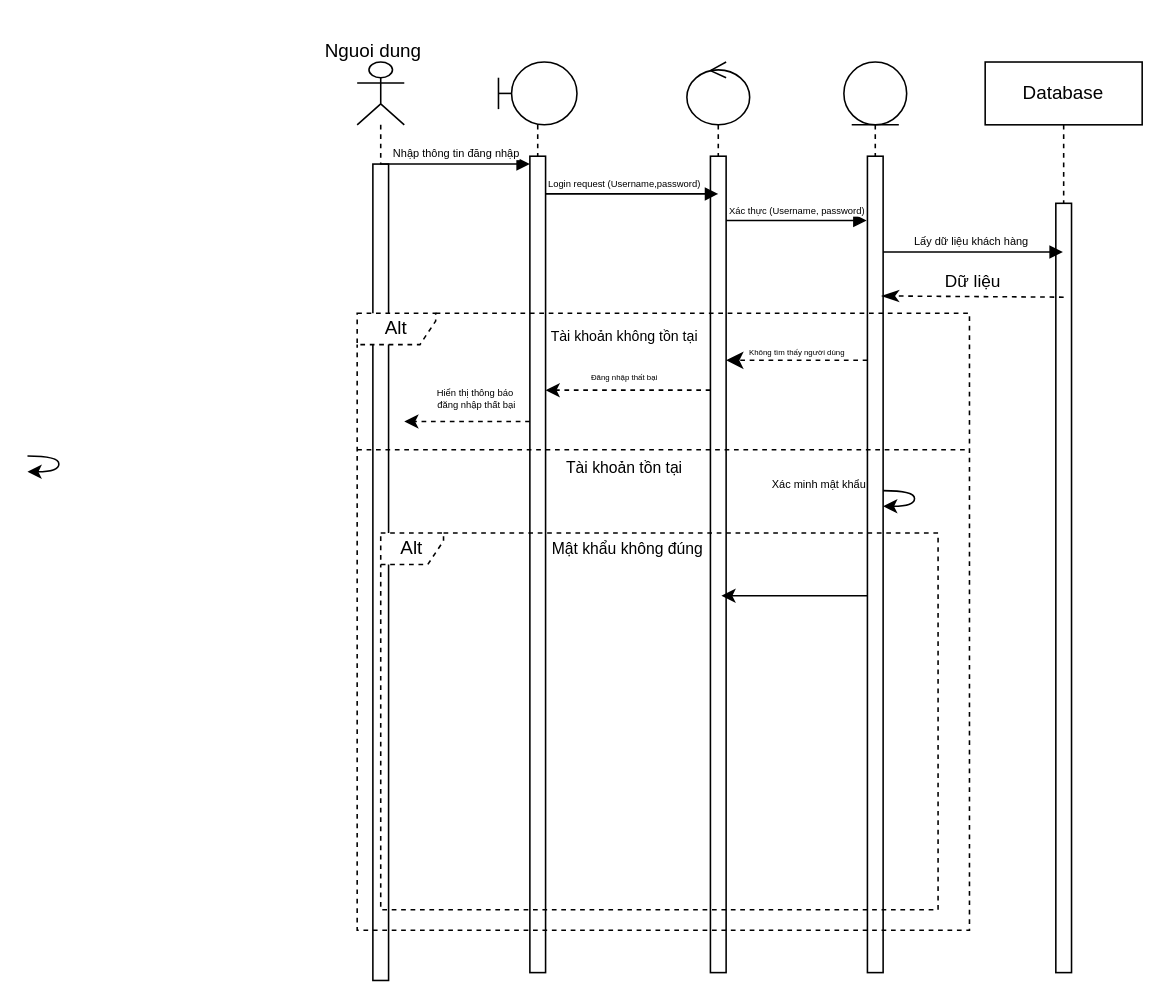
This is page "Trang-5" (6 of 6) of shitttt.drawio from Ly-Tien-Dat/doantt, a draw.io file, before an edit. Source tidied: cells renumbered, new cells numbered last; positions are measured from the earlier drawing's top-left corner, leaving out a move shared by most shapes. Both pictures are drawn from the tidied source at 157%, with x=0, y=0 at pixel (27, 27).
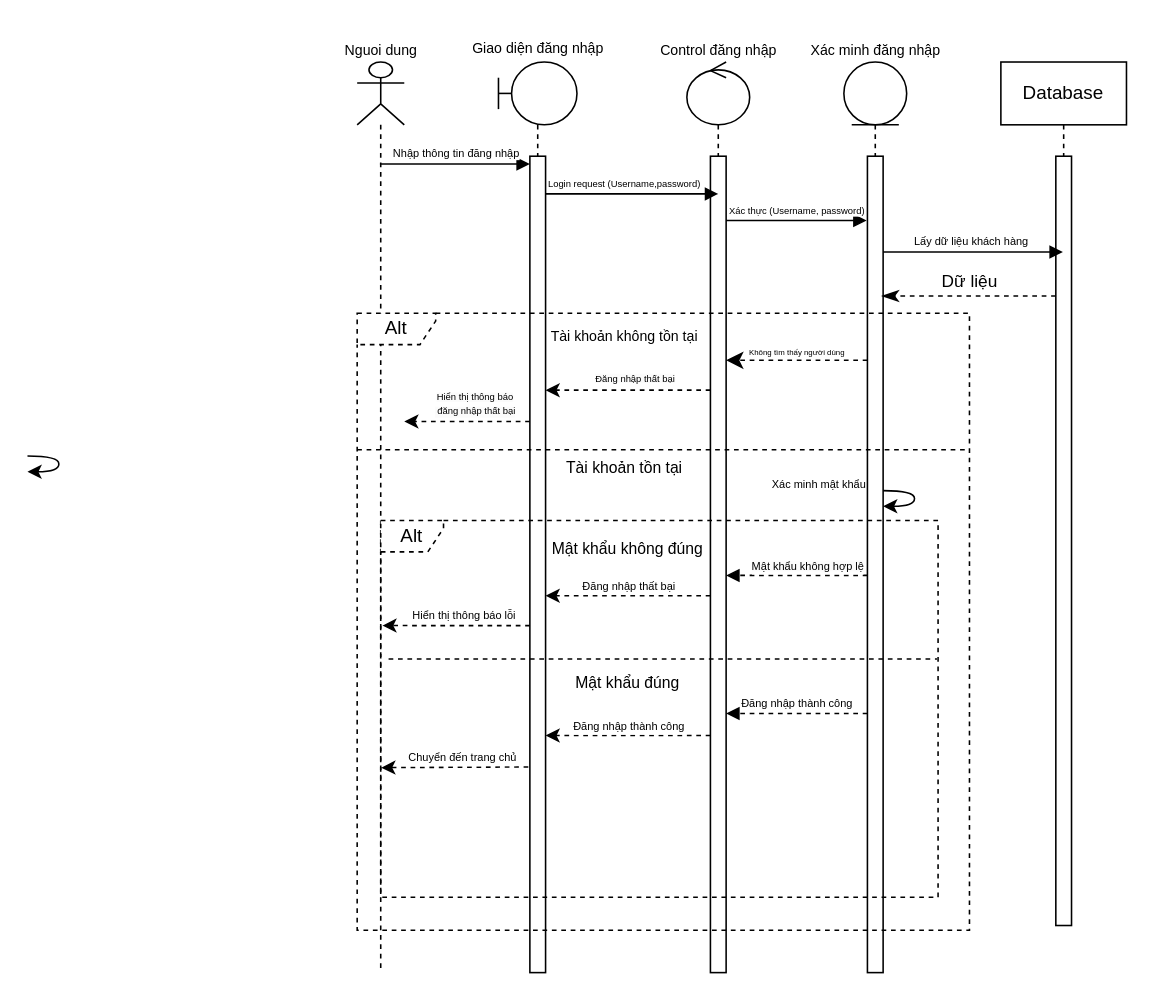
After the change.

Commit message (it also covers changes not shown here):
Cập nhật shitttt.drawio

Unchanged cells that the change refers to:
```xml
<mxCell id="2" style="shape=umlLifeline;perimeter=lifelinePerimeter;whiteSpace=wrap;html=1;outlineConnect=0;portConstraint=eastwest;newEdgeStyle={&quot;curved&quot;:0,&quot;rounded&quot;:0};participant=umlActor;" parent="1" vertex="1">
  <mxGeometry x="210" y="22" width="30" height="580" as="geometry" />
</mxCell>
<mxCell id="22" style="rounded=0;orthogonalLoop=1;jettySize=auto;html=1;dashed=1;" parent="1" edge="1">
  <mxGeometry relative="1" as="geometry">
    <mxPoint x="435" y="231" as="sourcePoint" />
    <mxPoint x="330" y="231" as="targetPoint" />
    <Array as="points">
      <mxPoint x="380" y="231" />
    </Array>
  </mxGeometry>
</mxCell>
<mxCell id="24" style="edgeStyle=orthogonalEdgeStyle;rounded=0;orthogonalLoop=1;jettySize=auto;html=1;curved=0;dashed=1;" parent="1" edge="1">
  <mxGeometry relative="1" as="geometry">
    <mxPoint x="320" y="251" as="sourcePoint" />
    <mxPoint x="240" y="251" as="targetPoint" />
    <Array as="points">
      <mxPoint x="280" y="251" />
      <mxPoint x="280" y="251" />
    </Array>
  </mxGeometry>
</mxCell>
```

The edit, as a diff of the source:
```diff
@@
-    <mxCell id="3" style="html=1;perimeter=orthogonalPerimeter;targetShapes=umlLifeline;newEdgeStyle={&quot;curved&quot;:0,&quot;rounded&quot;:0};" parent="2" vertex="1">
-      <mxGeometry x="10" y="65" width="10" height="520" as="geometry" />
-    </mxCell>
-    <mxCell id="4" style="shape=umlLifeline;perimeter=lifelinePerimeter;whiteSpace=wrap;html=1;newEdgeStyle={&quot;curved&quot;:0,&quot;rounded&quot;:0};participant=umlBoundary;" parent="1" vertex="1">
+    <mxCell id="4" style="shape=umlLifeline;perimeter=lifelinePerimeter;whiteSpace=wrap;html=1;newEdgeStyle={&quot;curved&quot;:0,&quot;rounded&quot;:0};participant=umlBoundary;size=40;" parent="1" vertex="1">
       <mxGeometry x="300" y="22" width="50" height="580" as="geometry" />
     </mxCell>
@@
     <mxCell id="10" value="Database" style="shape=umlLifeline;perimeter=lifelinePerimeter;whiteSpace=wrap;html=1;newEdgeStyle={&quot;curved&quot;:0,&quot;rounded&quot;:0};" parent="1" vertex="1">
-      <mxGeometry x="610" y="22" width="100" height="580" as="geometry" />
+      <mxGeometry x="620" y="22" width="80" height="540" as="geometry" />
     </mxCell>
     <mxCell id="11" style="html=1;points=[[0,0,0,0,5],[0,1,0,0,-5],[1,0,0,0,5],[1,1,0,0,-5]];perimeter=orthogonalPerimeter;outlineConnect=0;targetShapes=umlLifeline;portConstraint=eastwest;newEdgeStyle={&quot;curved&quot;:0,&quot;rounded&quot;:0};" parent="10" vertex="1">
-      <mxGeometry x="45" y="90" width="10" height="490" as="geometry" />
+      <mxGeometry x="35" y="60" width="10" height="490" as="geometry" />
     </mxCell>
-    <mxCell id="12" value="Nguoi dung" style="text;html=1;align=center;verticalAlign=middle;strokeColor=none;fillColor=none;" parent="1" vertex="1">
-      <mxGeometry x="180" width="80" height="30" as="geometry" />
+    <mxCell id="12" value="Nguoi dung" style="text;html=1;align=center;verticalAlign=middle;strokeColor=none;fillColor=none;fontSize=9;" parent="1" vertex="1">
+      <mxGeometry x="190" y="5" width="70" height="20" as="geometry" />
     </mxCell>
@@
-    <mxCell id="17" value="Dữ liệu" style="html=1;verticalAlign=bottom;endArrow=classicThin;dashed=1;endSize=8;curved=0;rounded=0;exitX=0.5;exitY=0.122;exitDx=0;exitDy=0;exitPerimeter=0;endFill=1;" parent="1" edge="1" source="11">
+    <mxCell id="17" value="Dữ liệu" style="html=1;verticalAlign=bottom;endArrow=classicThin;dashed=1;endSize=8;curved=0;rounded=0;endFill=1;" parent="1" edge="1" source="11">
       <mxGeometry relative="1" as="geometry">
         <mxPoint x="544.1" y="171" as="targetPoint" />
       </mxGeometry>
     </mxCell>
@@
-    <mxCell id="23" value="Đăng nhập thất bại" style="text;html=1;align=center;verticalAlign=middle;strokeColor=none;fillColor=none;fontSize=5;" parent="1" vertex="1">
-      <mxGeometry x="345" y="212" width="70" height="20" as="geometry" />
-    </mxCell>
+    <mxCell id="33" value="&lt;span style=&quot;background-color: rgb(251, 251, 251);&quot;&gt;Đăng nhập thất bại&lt;/span&gt;" style="edgeLabel;html=1;align=center;verticalAlign=middle;fontSize=6;" parent="22" vertex="1">
+      <mxGeometry x="-0.06" y="-1" relative="1" as="geometry">
+        <mxPoint y="-7" as="offset" />
+      </mxGeometry>
+    </mxCell>
@@
-    <mxCell id="25" value="Hiển thị thông báo&lt;div&gt;&amp;nbsp;đăng nhập thất bại&lt;/div&gt;" style="text;html=1;align=center;verticalAlign=middle;strokeColor=none;fillColor=none;fontSize=6;" parent="1" vertex="1">
-      <mxGeometry x="250" y="222" width="70" height="30" as="geometry" />
+    <mxCell id="25" value="&lt;span style=&quot;font-size: 6px; background-color: rgb(251, 251, 251);&quot;&gt;Hiển thị thông báo&lt;/span&gt;&lt;div style=&quot;font-size: 6px; background-color: rgb(251, 251, 251);&quot;&gt;&amp;nbsp;đăng nhập thất bại&lt;/div&gt;" style="edgeLabel;html=1;align=center;verticalAlign=middle;" parent="24" vertex="1">
+      <mxGeometry x="-0.11" relative="1" as="geometry">
+        <mxPoint y="-14" as="offset" />
+      </mxGeometry>
     </mxCell>
     <mxCell id="26" value="Alt" style="shape=umlFrame;whiteSpace=wrap;html=1;dashed=1;width=40;height=20;" parent="1" vertex="1">
-      <mxGeometry x="225" y="322" width="355" height="240" as="geometry" />
+      <mxGeometry x="225" y="314" width="355" height="240" as="geometry" />
     </mxCell>
@@
-    <mxCell id="32" style="rounded=0;orthogonalLoop=1;jettySize=auto;html=1;" parent="1" edge="1">
-      <mxGeometry relative="1" as="geometry">
-        <mxPoint x="535" y="362" as="sourcePoint" />
-        <mxPoint x="442" y="362" as="targetPoint" />
-        <Array as="points">
-          <mxPoint x="490" y="362" />
-        </Array>
-      </mxGeometry>
-    </mxCell>
+    <mxCell id="34" style="edgeStyle=orthogonalEdgeStyle;curved=0;rounded=0;orthogonalLoop=1;jettySize=auto;html=1;dashed=1;" parent="1" edge="1">
+      <mxGeometry relative="1" as="geometry">
+        <mxPoint x="435" y="362" as="sourcePoint" />
+        <mxPoint x="330" y="362" as="targetPoint" />
+      </mxGeometry>
+    </mxCell>
+    <mxCell id="35" value="Đăng nhập thất bại" style="edgeLabel;html=1;align=center;verticalAlign=middle;fontSize=7;" parent="34" vertex="1">
+      <mxGeometry x="0.01" relative="1" as="geometry">
+        <mxPoint y="-6" as="offset" />
+      </mxGeometry>
+    </mxCell>
+    <mxCell id="36" style="html=1;verticalAlign=bottom;endArrow=block;curved=0;rounded=0;dashed=1;" parent="1" edge="1">
+      <mxGeometry relative="1" as="geometry">
+        <mxPoint x="535" y="349" as="sourcePoint" />
+        <mxPoint x="445" y="349" as="targetPoint" />
+      </mxGeometry>
+    </mxCell>
+    <mxCell id="37" value="&lt;span style=&quot;background-color: rgb(251, 251, 251);&quot;&gt;Mật khẩu không hợp lệ&lt;/span&gt;" style="edgeLabel;html=1;align=center;verticalAlign=middle;fontSize=7;" parent="36" vertex="1">
+      <mxGeometry x="-0.22" y="2" relative="1" as="geometry">
+        <mxPoint x="-4" y="-8" as="offset" />
+      </mxGeometry>
+    </mxCell>
+    <mxCell id="38" style="rounded=0;jettySize=auto;html=1;dashed=1;entryX=0.003;entryY=0.279;entryDx=0;entryDy=0;entryPerimeter=0;" parent="1" edge="1" target="26">
+      <mxGeometry relative="1" as="geometry">
+        <mxPoint x="320" y="381" as="sourcePoint" />
+      </mxGeometry>
+    </mxCell>
+    <mxCell id="39" value="Hiển thị thông báo lỗi" style="edgeLabel;html=1;align=center;verticalAlign=middle;fontSize=7;" parent="38" vertex="1">
+      <mxGeometry x="0.29" y="-3" relative="1" as="geometry">
+        <mxPoint x="18" y="-3" as="offset" />
+      </mxGeometry>
+    </mxCell>
+    <mxCell id="40" style="endArrow=none;html=1;rounded=0;entryX=0.998;entryY=0.53;entryDx=0;entryDy=0;entryPerimeter=0;dashed=1;" parent="1" edge="1">
+      <mxGeometry relative="1" as="geometry">
+        <mxPoint x="230" y="402.2" as="sourcePoint" />
+        <mxPoint x="579.3" y="402.2" as="targetPoint" />
+      </mxGeometry>
+    </mxCell>
+    <mxCell id="41" value="Mật khẩu đúng" style="text;html=1;align=center;verticalAlign=middle;strokeColor=none;fillColor=none;fontSize=10;" parent="1" vertex="1">
+      <mxGeometry x="337" y="402" width="90" height="30" as="geometry" />
+    </mxCell>
+    <mxCell id="42" value="Đăng nhập thành công" style="html=1;verticalAlign=bottom;endArrow=block;curved=0;rounded=0;fontSize=7;dashed=1;" parent="1" edge="1">
+      <mxGeometry relative="1" as="geometry">
+        <mxPoint x="535" y="437" as="sourcePoint" />
+        <mxPoint x="445" y="437" as="targetPoint" />
+      </mxGeometry>
+    </mxCell>
+    <mxCell id="43" style="edgeStyle=orthogonalEdgeStyle;curved=0;rounded=0;orthogonalLoop=1;jettySize=auto;html=1;dashed=1;" parent="1" edge="1">
+      <mxGeometry relative="1" as="geometry">
+        <mxPoint x="435" y="451" as="sourcePoint" />
+        <mxPoint x="330" y="451" as="targetPoint" />
+      </mxGeometry>
+    </mxCell>
+    <mxCell id="44" value="Đăng nhập thành công" style="edgeLabel;html=1;align=center;verticalAlign=middle;fontSize=7;" parent="43" vertex="1">
+      <mxGeometry x="0.01" relative="1" as="geometry">
+        <mxPoint y="-6" as="offset" />
+      </mxGeometry>
+    </mxCell>
+    <mxCell id="45" style="rounded=0;jettySize=auto;html=1;dashed=1;entryX=0.001;entryY=0.656;entryDx=0;entryDy=0;entryPerimeter=0;" parent="1" edge="1" target="26">
+      <mxGeometry relative="1" as="geometry">
+        <mxPoint x="319" y="471" as="sourcePoint" />
+      </mxGeometry>
+    </mxCell>
+    <mxCell id="46" value="Chuyển đến trang chủ" style="edgeLabel;html=1;align=center;verticalAlign=middle;fontSize=7;" parent="45" vertex="1">
+      <mxGeometry x="0.29" y="-3" relative="1" as="geometry">
+        <mxPoint x="18" y="-3" as="offset" />
+      </mxGeometry>
+    </mxCell>
+    <mxCell id="47" value="Giao diện đăng nhập" style="text;html=1;align=center;verticalAlign=top;strokeColor=none;fillColor=none;flipH=1;flipV=0;fontSize=9;" parent="1" vertex="1">
+      <mxGeometry x="270" y="2" width="110" height="20" as="geometry" />
+    </mxCell>
+    <mxCell id="48" value="Control đăng nhập" style="text;html=1;align=center;verticalAlign=middle;strokeColor=none;fillColor=none;fontSize=9;" parent="1" vertex="1">
+      <mxGeometry x="390" y="5" width="100" height="20" as="geometry" />
+    </mxCell>
+    <mxCell id="49" value="Xác minh đăng nhập" style="text;html=1;align=center;verticalAlign=middle;strokeColor=none;fillColor=none;fontSize=9;" parent="1" vertex="1">
+      <mxGeometry x="485" y="5" width="110" height="20" as="geometry" />
+    </mxCell>
```
